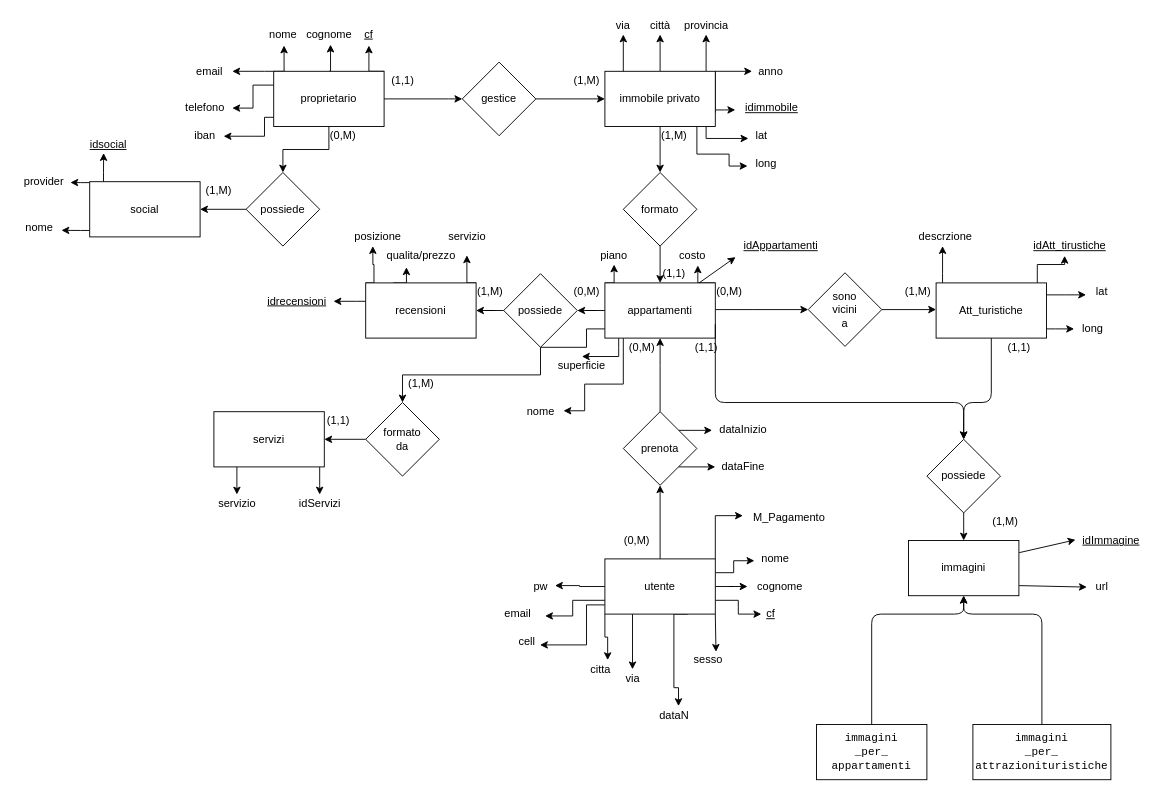
The draw.io diagram schema er.drawio in MrPinko/Esame-affitti, before the edit. Source tidied: cells renumbered, new cells numbered last; positions are measured from the earlier drawing's top-left corner, leaving out a move shared by most shapes. Both pictures are drawn from the tidied source at 92%, with x=0, y=0 at pixel (16, 16).
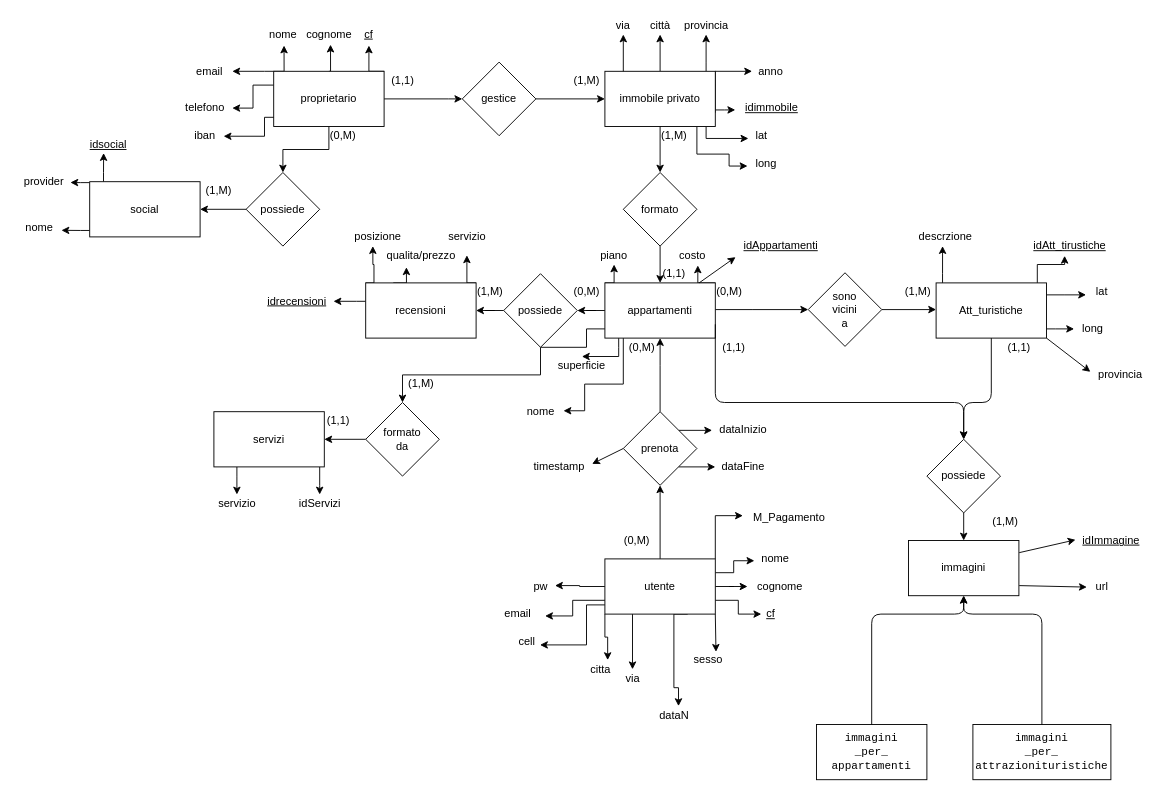
The same diagram, later.

Commit message:
aggiunti timestamp e provincia per gli appartamenti

The change refers to these unchanged cells:
```xml
<mxCell id="33" value="Att_turistiche" style="whiteSpace=wrap;html=1;rounded=0;" parent="1" vertex="1">
  <mxGeometry x="1000" y="290" width="120" height="60" as="geometry" />
</mxCell>
<mxCell id="89" value="prenota" style="rhombus;whiteSpace=wrap;html=1;" parent="1" vertex="1">
  <mxGeometry x="660" y="430" width="80" height="80" as="geometry" />
</mxCell>
```

The edit, as a diff of the source:
```diff
@@
     <mxCell id="119" value="(1,1)" style="text;html=1;align=center;verticalAlign=middle;strokeColor=none;" parent="1" vertex="1">
-      <mxGeometry x="730" y="350" width="40" height="20" as="geometry" />
+      <mxGeometry x="760" y="350" width="40" height="20" as="geometry" />
     </mxCell>
@@
+    <mxCell id="149" value="&lt;div&gt;timestamp&lt;/div&gt;" style="text;html=1;align=center;verticalAlign=middle;points=[];strokeColor=none;" parent="1" vertex="1">
+      <mxGeometry x="555" y="480" width="70" height="20" as="geometry" />
+    </mxCell>
+    <mxCell id="150" style="endArrow=classic;html=1;exitX=0;exitY=0.5;exitDx=0;exitDy=0;entryX=1.016;entryY=0.336;entryDx=0;entryDy=0;entryPerimeter=0;" parent="1" edge="1" source="89" target="149">
+      <mxGeometry relative="1" as="geometry" />
+    </mxCell>
+    <mxCell id="151" value="provincia" style="text;html=1;align=center;verticalAlign=middle;points=[];strokeColor=none;" parent="1" vertex="1">
+      <mxGeometry x="1170" y="380" width="60" height="20" as="geometry" />
+    </mxCell>
+    <mxCell id="152" style="endArrow=classic;html=1;exitX=1;exitY=1;exitDx=0;exitDy=0;entryX=-0.039;entryY=0.333;entryDx=0;entryDy=0;entryPerimeter=0;" parent="1" edge="1" source="33" target="151">
+      <mxGeometry relative="1" as="geometry" />
+    </mxCell>
```
